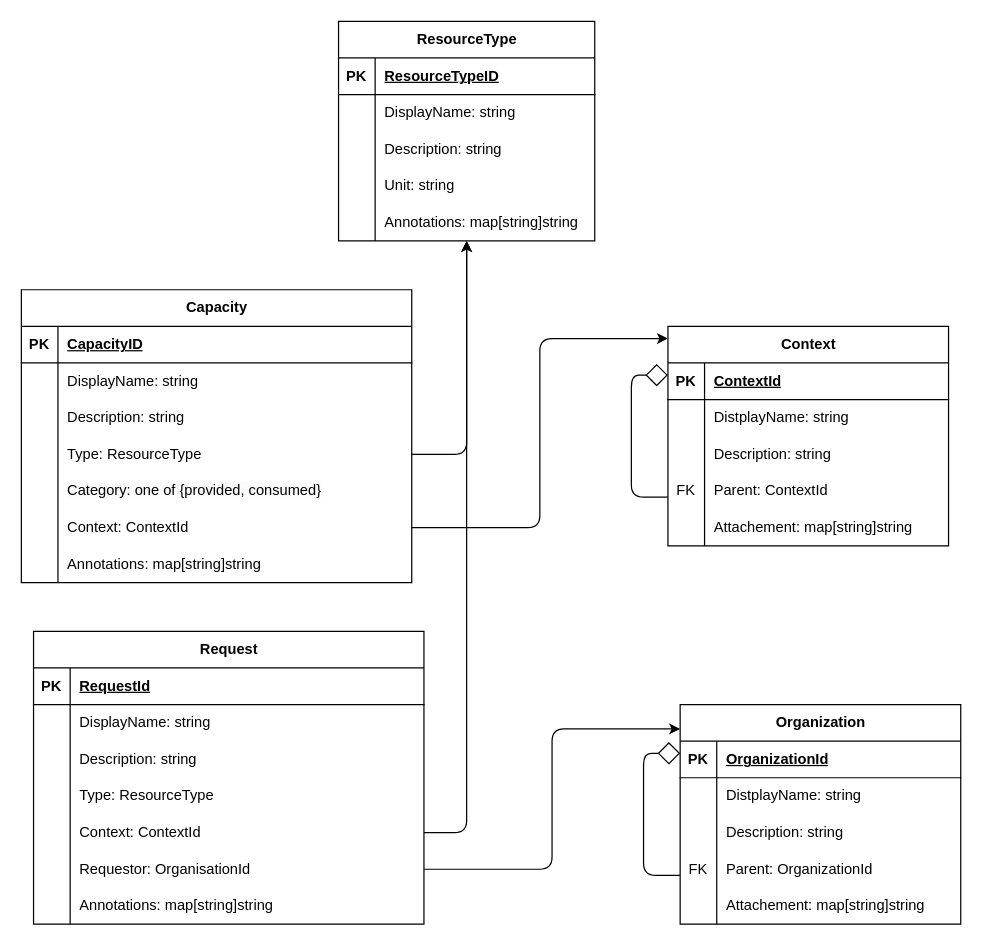
emeland-io/book keeps this draw.io diagram as page "P7: Capacity" (9 of 10) of content/docs/example-mapping/images/entities.drawio. Above is the earlier version. Source tidied: cells renumbered, new cells numbered last; positions are measured from the earlier drawing's top-left corner, leaving out a move shared by most shapes. Both pictures are drawn from the tidied source at 122%, with x=0, y=0 at pixel (21, 21).
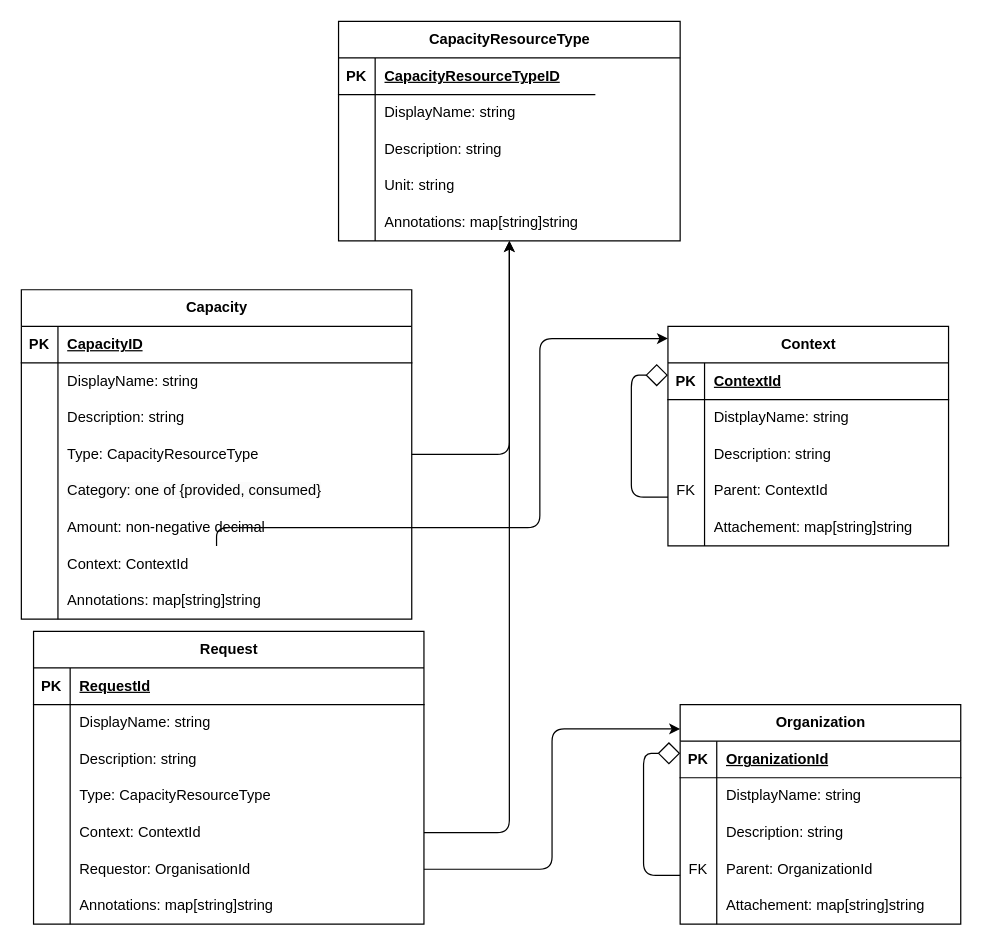
Above is the later version.

Commit message (it also covers changes not shown here):
update naming from resource type to capacity resource type + add amount as numerical value to capacity

The change refers to these unchanged cells:
```xml
<mxCell id="3" style="shape=tableRow;horizontal=0;startSize=0;swimlaneHead=0;swimlaneBody=0;fillColor=none;top=0;left=0;right=0;bottom=1;" parent="2" vertex="1">
  <mxGeometry y="30" width="210" height="30" as="geometry" />
</mxCell>
<mxCell id="28" style="shape=tableRow;horizontal=0;startSize=0;swimlaneHead=0;swimlaneBody=0;fillColor=none;points=[[0,0.5],[1,0.5]];portConstraint=eastwest;top=0;left=0;right=0;bottom=0;" parent="18" vertex="1">
  <mxGeometry y="120" width="320" height="30" as="geometry" />
</mxCell>
<mxCell id="69" style="shape=tableRow;horizontal=0;startSize=0;swimlaneHead=0;swimlaneBody=0;fillColor=none;top=0;left=0;right=0;bottom=0;" parent="59" vertex="1">
  <mxGeometry y="120" width="320" height="30" as="geometry" />
</mxCell>
```

Change to the diagram source:
```diff
@@
-    <mxCell id="2" value="ResourceType" style="shape=table;startSize=30;childLayout=tableLayout;rowLines=0;fontStyle=1;align=center;html=1;" parent="1" vertex="1">
-      <mxGeometry x="260" width="210" height="180" as="geometry" />
+    <mxCell id="2" value="CapacityResourceType" style="shape=table;startSize=30;childLayout=tableLayout;rowLines=0;fontStyle=1;align=center;html=1;" parent="1" vertex="1">
+      <mxGeometry x="260" width="280" height="180" as="geometry" />
     </mxCell>
@@
-    <mxCell id="5" value="ResourceTypeID" style="shape=partialRectangle;fillColor=none;top=0;left=0;bottom=0;right=0;align=left;spacingLeft=6;fontStyle=5;overflow=hidden;whiteSpace=wrap;html=1;" parent="3" vertex="1">
-      <mxGeometry x="30" width="180" height="30" as="geometry" />
+    <mxCell id="5" value="CapacityResourceTypeID" style="shape=partialRectangle;fillColor=none;top=0;left=0;bottom=0;right=0;align=left;spacingLeft=6;fontStyle=5;overflow=hidden;whiteSpace=wrap;html=1;" parent="3" vertex="1">
+      <mxGeometry x="30" width="250" height="30" as="geometry" />
     </mxCell>
@@
     <mxCell id="18" value="Capacity" style="shape=table;startSize=30;childLayout=tableLayout;rowLines=0;fontStyle=1;align=center;html=1;" parent="1" vertex="1">
-      <mxGeometry y="220" width="320" height="240" as="geometry" />
+      <mxGeometry y="220" width="320" height="270" as="geometry" />
     </mxCell>
@@
-    <mxCell id="30" value="Type: ResourceType" style="shape=partialRectangle;fillColor=none;top=0;left=0;bottom=0;right=0;align=left;spacingLeft=6;overflow=hidden;whiteSpace=wrap;html=1;" parent="28" vertex="1">
+    <mxCell id="30" value="Type: CapacityResourceType" style="shape=partialRectangle;fillColor=none;top=0;left=0;bottom=0;right=0;align=left;spacingLeft=6;overflow=hidden;whiteSpace=wrap;html=1;" parent="28" vertex="1">
       <mxGeometry x="30" width="290" height="30" as="geometry" />
     </mxCell>
@@
+    <mxCell id="100" style="shape=tableRow;horizontal=0;startSize=0;swimlaneHead=0;swimlaneBody=0;fillColor=none;top=0;left=0;right=0;bottom=0;" parent="18" vertex="1">
+      <mxGeometry y="180" width="320" height="30" as="geometry" />
+    </mxCell>
+    <mxCell id="101" style="shape=partialRectangle;fillColor=none;top=0;left=0;bottom=0;right=0;overflow=hidden;whiteSpace=wrap;html=1;" parent="100" vertex="1">
+      <mxGeometry width="30" height="30" as="geometry" />
+    </mxCell>
+    <mxCell id="102" value="Amount: non-negative decimal" style="shape=partialRectangle;fillColor=none;top=0;left=0;bottom=0;right=0;align=left;spacingLeft=6;overflow=hidden;whiteSpace=wrap;html=1;" parent="100" vertex="1">
+      <mxGeometry x="30" width="290" height="30" as="geometry" />
+    </mxCell>
     <mxCell id="34" style="shape=tableRow;horizontal=0;startSize=0;swimlaneHead=0;swimlaneBody=0;fillColor=none;points=[[0,0.5],[1,0.5]];portConstraint=eastwest;top=0;left=0;right=0;bottom=0;" parent="18" vertex="1">
-      <mxGeometry y="180" width="320" height="30" as="geometry" />
+      <mxGeometry y="210" width="320" height="30" as="geometry" />
     </mxCell>
@@
     <mxCell id="37" style="shape=tableRow;horizontal=0;startSize=0;swimlaneHead=0;swimlaneBody=0;fillColor=none;top=0;left=0;right=0;bottom=0;" parent="18" vertex="1">
-      <mxGeometry y="210" width="320" height="30" as="geometry" />
+      <mxGeometry y="240" width="320" height="30" as="geometry" />
     </mxCell>
@@
-    <mxCell id="71" value="Type: ResourceType" style="shape=partialRectangle;fillColor=none;top=0;left=0;bottom=0;right=0;align=left;spacingLeft=6;overflow=hidden;whiteSpace=wrap;html=1;" parent="69" vertex="1">
+    <mxCell id="71" value="Type: CapacityResourceType" style="shape=partialRectangle;fillColor=none;top=0;left=0;bottom=0;right=0;align=left;spacingLeft=6;overflow=hidden;whiteSpace=wrap;html=1;" parent="69" vertex="1">
       <mxGeometry x="30" width="290" height="30" as="geometry" />
     </mxCell>
```
